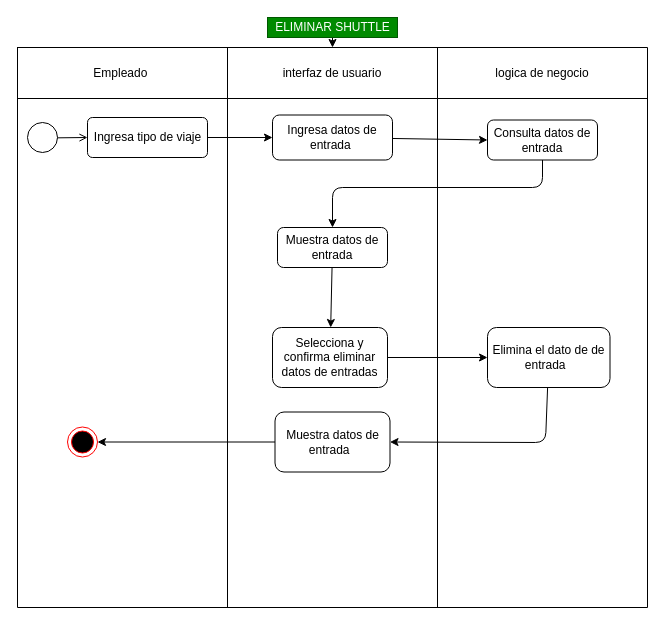
This is Diagramas_Actividad/DAE.10.3.drawio from DavidArtavia/Activity_Diagram-, a draw.io file, before an edit. Source tidied: cells renumbered, new cells numbered last; positions are measured from the earlier drawing's top-left corner, leaving out a move shared by most shapes. Both pictures are drawn from the tidied source at 100%, with x=0, y=0 at pixel (17, 17).
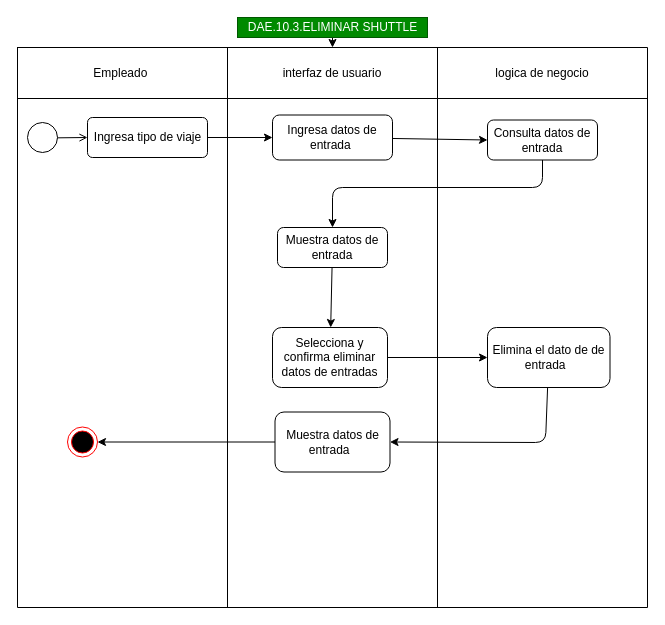
Above is the later version.

The edit, as a diff of the source:
```diff
@@
-    <mxCell id="19" value="ELIMINAR SHUTTLE" style="text;html=1;align=center;verticalAlign=middle;points=[];rounded=0;fillColor=#008a00;fontColor=#ffffff;strokeColor=#005700;" parent="1" vertex="1">
-      <mxGeometry x="250" width="130" height="20" as="geometry" />
+    <mxCell id="19" value="DAE.10.3.ELIMINAR SHUTTLE" style="text;html=1;align=center;verticalAlign=middle;points=[];rounded=0;fillColor=#008a00;fontColor=#ffffff;strokeColor=#005700;" parent="1" vertex="1">
+      <mxGeometry x="220" width="190" height="20" as="geometry" />
     </mxCell>
```
